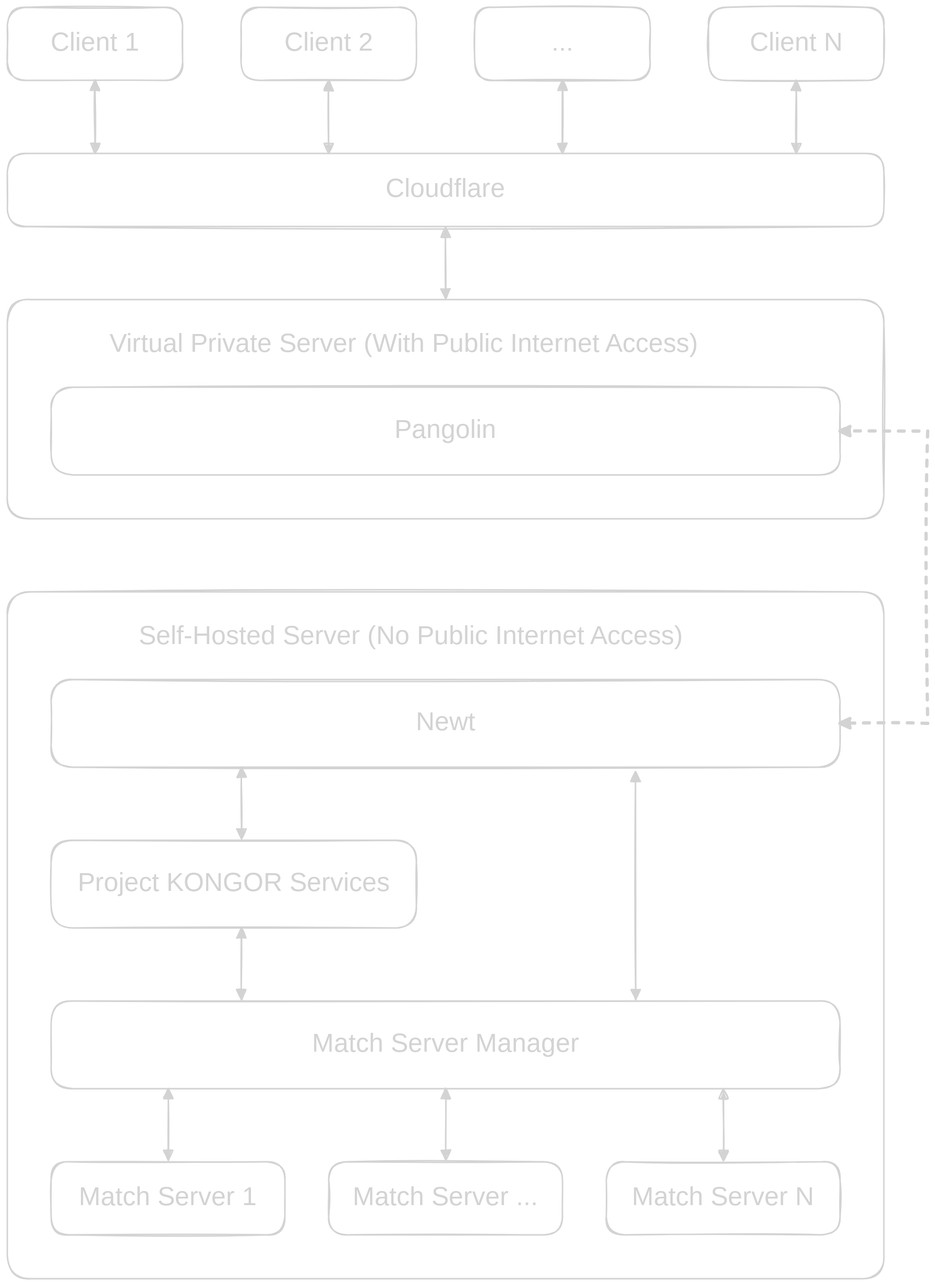
The Excalidraw diagram docs/001-infrastructure/002-self-hosting-behind-vps/003-hosting-model-diagram-dark.svg in Project-KONGOR-Open-Source/CODEX, before a commit. Source tidied: one line per element, renumbered; positions are measured from the earlier drawing's top-left corner, leaving out a move shared by most shapes. Its diagram source:
```json
{"id": 0, "type": "rectangle", "strokeColor": "#1e1e1e", "strokeWidth": 2, "roughness": 1, "round": true, "x": 0, "y": 0, "width": 240, "height": 100}
{"id": 1, "type": "text", "text": "Client 1", "strokeColor": "#1e1e1e", "strokeWidth": 2, "roughness": 1, "fontSize": 36, "fontFamily": 5, "textAlign": "center", "verticalAlign": "middle", "inside": 0, "x": 56, "y": 28, "width": 127, "height": 45}
{"id": 2, "type": "rectangle", "strokeColor": "#1e1e1e", "strokeWidth": 2, "roughness": 1, "round": true, "x": 0, "y": 200, "width": 1200, "height": 100}
{"id": 3, "type": "text", "text": "Cloudflare", "strokeColor": "#1e1e1e", "strokeWidth": 2, "roughness": 1, "fontSize": 36, "fontFamily": 5, "textAlign": "center", "verticalAlign": "middle", "inside": 2, "x": 513, "y": 228, "width": 174, "height": 45}
{"id": 4, "type": "rectangle", "strokeColor": "#1e1e1e", "strokeWidth": 2, "roughness": 1, "round": true, "x": 0, "y": 400, "width": 1200, "height": 300}
{"id": 5, "type": "rectangle", "strokeColor": "#1e1e1e", "strokeWidth": 2, "roughness": 1, "round": true, "x": 960, "y": 0, "width": 240, "height": 100}
{"id": 6, "type": "text", "text": "Client N", "strokeColor": "#1e1e1e", "strokeWidth": 2, "roughness": 1, "fontSize": 36, "fontFamily": 5, "textAlign": "center", "verticalAlign": "middle", "inside": 5, "x": 1013, "y": 28, "width": 135, "height": 45}
{"id": 7, "type": "rectangle", "strokeColor": "#1e1e1e", "strokeWidth": 2, "roughness": 1, "round": true, "x": 640, "y": 0, "width": 240, "height": 100}
{"id": 8, "type": "text", "text": "...", "strokeColor": "#1e1e1e", "strokeWidth": 2, "roughness": 1, "fontSize": 36, "fontFamily": 5, "textAlign": "center", "verticalAlign": "middle", "inside": 7, "x": 745, "y": 28, "width": 30, "height": 45}
{"id": 9, "type": "rectangle", "strokeColor": "#1e1e1e", "strokeWidth": 2, "roughness": 1, "round": true, "x": 320, "y": 0, "width": 240, "height": 100}
{"id": 10, "type": "text", "text": "Client 2", "strokeColor": "#1e1e1e", "strokeWidth": 2, "roughness": 1, "fontSize": 36, "fontFamily": 5, "textAlign": "center", "verticalAlign": "middle", "inside": 9, "x": 371, "y": 28, "width": 137, "height": 45}
{"id": 11, "type": "arrow", "strokeColor": "#1e1e1e", "strokeWidth": 2, "roughness": 1, "startArrowhead": "triangle", "endArrowhead": "triangle", "from": 0, "to": 2, "x": 120, "y": 100, "width": 0, "height": 100, "points": [[0, 0], [0, 100]]}
{"id": 12, "type": "arrow", "strokeColor": "#1e1e1e", "strokeWidth": 2, "roughness": 1, "startArrowhead": "triangle", "endArrowhead": "triangle", "from": 5, "to": 2, "x": 1080, "y": 100, "width": 0, "height": 100, "points": [[0, 0], [0, 100]]}
{"id": 13, "type": "arrow", "strokeColor": "#1e1e1e", "strokeWidth": 2, "roughness": 1, "startArrowhead": "triangle", "endArrowhead": "triangle", "from": 9, "to": 2, "x": 440, "y": 100, "width": 0, "height": 100, "points": [[0, 0], [0, 100]]}
{"id": 14, "type": "arrow", "strokeColor": "#1e1e1e", "strokeWidth": 2, "roughness": 1, "startArrowhead": "triangle", "endArrowhead": "triangle", "from": 7, "to": 2, "x": 760, "y": 100, "width": 0, "height": 100, "points": [[0, 0], [0, 100]]}
{"id": 15, "type": "rectangle", "strokeColor": "#1e1e1e", "strokeWidth": 2, "roughness": 1, "round": true, "x": 60, "y": 520, "width": 1080, "height": 120}
{"id": 16, "type": "text", "text": "Pangolin", "strokeColor": "#1e1e1e", "strokeWidth": 2, "roughness": 1, "fontSize": 36, "fontFamily": 5, "textAlign": "center", "verticalAlign": "middle", "inside": 15, "x": 530, "y": 558, "width": 141, "height": 45}
{"id": 17, "type": "arrow", "strokeColor": "#1e1e1e", "strokeWidth": 2, "roughness": 1, "startArrowhead": "triangle", "endArrowhead": "triangle", "from": 2, "to": 4, "x": 600, "y": 301, "width": 0, "height": 98, "points": [[0, 0], [0, 98]]}
{"id": 18, "type": "rectangle", "strokeColor": "#1e1e1e", "strokeWidth": 2, "roughness": 1, "round": true, "x": 0, "y": 800, "width": 1200, "height": 940}
{"id": 19, "type": "rectangle", "strokeColor": "#1e1e1e", "strokeWidth": 2, "roughness": 1, "round": true, "x": 60, "y": 920, "width": 1080, "height": 120}
{"id": 20, "type": "text", "text": "Newt", "strokeColor": "#1e1e1e", "strokeWidth": 2, "roughness": 1, "fontSize": 36, "fontFamily": 5, "textAlign": "center", "verticalAlign": "middle", "inside": 19, "x": 556, "y": 958, "width": 88, "height": 45}
{"id": 21, "type": "rectangle", "strokeColor": "#1e1e1e", "strokeWidth": 2, "roughness": 1, "round": true, "x": 60, "y": 1140, "width": 500, "height": 120}
{"id": 22, "type": "text", "text": "Project KONGOR Services", "strokeColor": "#1e1e1e", "strokeWidth": 2, "roughness": 1, "fontSize": 36, "fontFamily": 5, "textAlign": "center", "verticalAlign": "middle", "inside": 21, "x": 84, "y": 1178, "width": 453, "height": 45}
{"id": 23, "type": "text", "text": "Virtual Private Server (With Public Internet Access)", "strokeColor": "#1e1e1e", "strokeWidth": 2, "roughness": 1, "fontSize": 36, "fontFamily": 5, "x": 140, "y": 440, "width": 915, "height": 45}
{"id": 24, "type": "text", "text": "Self-Hosted Server (No Public Internet Access)", "strokeColor": "#1e1e1e", "strokeWidth": 2, "roughness": 1, "fontSize": 36, "fontFamily": 5, "x": 180, "y": 840, "width": 831, "height": 45}
{"id": 25, "type": "arrow", "strokeColor": "#1e1e1e", "strokeWidth": 4, "strokeStyle": "dashed", "roughness": 1, "startArrowhead": "triangle", "endArrowhead": "triangle", "x": 1140, "y": 580, "width": 120, "height": 400, "points": [[0, 0], [120, 0], [120, 400], [0, 400]]}
{"id": 26, "type": "arrow", "strokeColor": "#1e1e1e", "strokeWidth": 2, "roughness": 1, "startArrowhead": "triangle", "endArrowhead": "triangle", "x": 321, "y": 1040, "width": 0, "height": 98, "points": [[0, 0], [0, 98]]}
{"id": 27, "type": "rectangle", "strokeColor": "#1e1e1e", "strokeWidth": 2, "roughness": 1, "round": true, "x": 60, "y": 1360, "width": 1080, "height": 120}
{"id": 28, "type": "text", "text": "Match Server Manager", "strokeColor": "#1e1e1e", "strokeWidth": 2, "roughness": 1, "fontSize": 36, "fontFamily": 5, "textAlign": "center", "verticalAlign": "middle", "inside": 27, "x": 406, "y": 1398, "width": 387, "height": 45}
{"id": 29, "type": "arrow", "strokeColor": "#1e1e1e", "strokeWidth": 2, "roughness": 1, "startArrowhead": "triangle", "endArrowhead": "triangle", "x": 320, "y": 1260, "width": 0, "height": 98, "points": [[0, 0], [0, 98]]}
{"id": 30, "type": "arrow", "strokeColor": "#1e1e1e", "strokeWidth": 2, "roughness": 1, "startArrowhead": "triangle", "endArrowhead": "triangle", "from": 19, "x": 860, "y": 1046, "width": 0, "height": 312, "points": [[0, 0], [0, 312]]}
{"id": 31, "type": "rectangle", "strokeColor": "#1e1e1e", "strokeWidth": 2, "roughness": 1, "round": true, "x": 440, "y": 1580, "width": 320, "height": 100}
{"id": 32, "type": "text", "text": "Match Server ...", "strokeColor": "#1e1e1e", "strokeWidth": 2, "roughness": 1, "fontSize": 36, "fontFamily": 5, "textAlign": "center", "verticalAlign": "middle", "inside": 31, "x": 463, "y": 1608, "width": 275, "height": 45}
{"id": 33, "type": "rectangle", "strokeColor": "#1e1e1e", "strokeWidth": 2, "roughness": 1, "round": true, "x": 60, "y": 1580, "width": 320, "height": 100}
{"id": 34, "type": "text", "text": "Match Server 1", "strokeColor": "#1e1e1e", "strokeWidth": 2, "roughness": 1, "fontSize": 36, "fontFamily": 5, "textAlign": "center", "verticalAlign": "middle", "inside": 33, "x": 90, "y": 1608, "width": 261, "height": 45}
{"id": 35, "type": "rectangle", "strokeColor": "#1e1e1e", "strokeWidth": 2, "roughness": 1, "round": true, "x": 820, "y": 1580, "width": 320, "height": 100}
{"id": 36, "type": "text", "text": "Match Server N", "strokeColor": "#1e1e1e", "strokeWidth": 2, "roughness": 1, "fontSize": 36, "fontFamily": 5, "textAlign": "center", "verticalAlign": "middle", "inside": 35, "x": 846, "y": 1608, "width": 268, "height": 45}
{"id": 37, "type": "arrow", "strokeColor": "#1e1e1e", "strokeWidth": 2, "roughness": 1, "startArrowhead": "triangle", "endArrowhead": "triangle", "x": 220, "y": 1480, "width": 0, "height": 98, "points": [[0, 0], [0, 98]]}
{"id": 38, "type": "arrow", "strokeColor": "#1e1e1e", "strokeWidth": 2, "roughness": 1, "startArrowhead": "triangle", "endArrowhead": "triangle", "x": 600, "y": 1480, "width": 0, "height": 98, "points": [[0, 0], [0, 98]]}
{"id": 39, "type": "arrow", "strokeColor": "#1e1e1e", "strokeWidth": 2, "roughness": 1, "startArrowhead": "triangle", "endArrowhead": "triangle", "x": 980, "y": 1480, "width": 0, "height": 98, "points": [[0, 0], [0, 98]]}
```
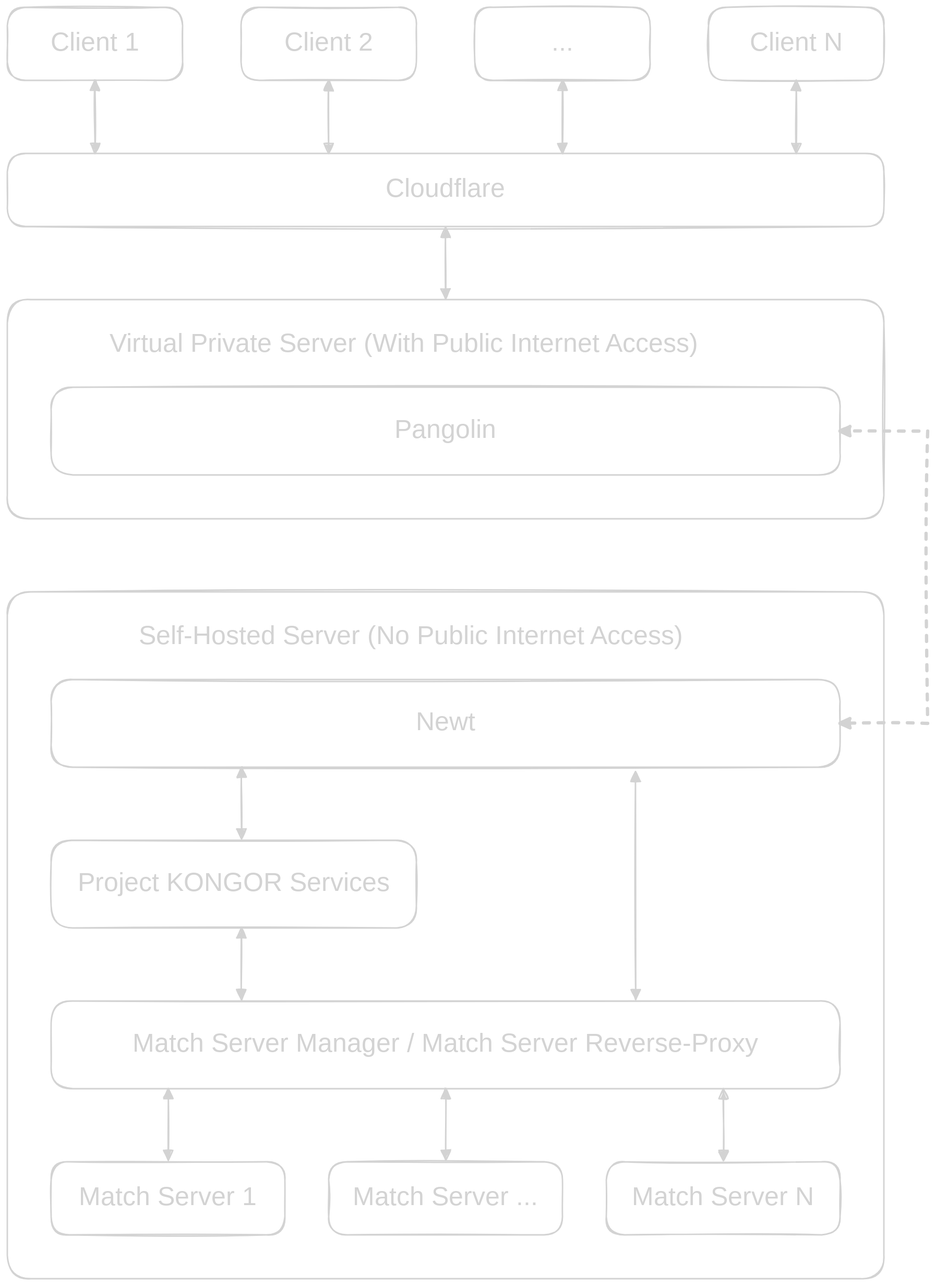
Later version of the same file.

Commit message:
Add Match Server Reverse-Proxy To Hosting Diagram

What changed in the source:
```diff
@@ -26,7 +26,7 @@
 {"id": 25, "type": "arrow", "strokeColor": "#1e1e1e", "strokeWidth": 4, "strokeStyle": "dashed", "roughness": 1, "startArrowhead": "triangle", "endArrowhead": "triangle", "x": 1140, "y": 580, "width": 120, "height": 400, "points": [[0, 0], [120, 0], [120, 400], [0, 400]]}
 {"id": 26, "type": "arrow", "strokeColor": "#1e1e1e", "strokeWidth": 2, "roughness": 1, "startArrowhead": "triangle", "endArrowhead": "triangle", "x": 321, "y": 1040, "width": 0, "height": 98, "points": [[0, 0], [0, 98]]}
 {"id": 27, "type": "rectangle", "strokeColor": "#1e1e1e", "strokeWidth": 2, "roughness": 1, "round": true, "x": 60, "y": 1360, "width": 1080, "height": 120}
-{"id": 28, "type": "text", "text": "Match Server Manager", "strokeColor": "#1e1e1e", "strokeWidth": 2, "roughness": 1, "fontSize": 36, "fontFamily": 5, "textAlign": "center", "verticalAlign": "middle", "inside": 27, "x": 406, "y": 1398, "width": 387, "height": 45}
+{"id": 28, "type": "text", "text": "Match Server Manager / Match Server Reverse-Proxy", "strokeColor": "#1e1e1e", "strokeWidth": 2, "roughness": 1, "fontSize": 36, "fontFamily": 5, "textAlign": "center", "verticalAlign": "middle", "inside": 27, "x": 132, "y": 1398, "width": 935, "height": 45}
 {"id": 29, "type": "arrow", "strokeColor": "#1e1e1e", "strokeWidth": 2, "roughness": 1, "startArrowhead": "triangle", "endArrowhead": "triangle", "x": 320, "y": 1260, "width": 0, "height": 98, "points": [[0, 0], [0, 98]]}
 {"id": 30, "type": "arrow", "strokeColor": "#1e1e1e", "strokeWidth": 2, "roughness": 1, "startArrowhead": "triangle", "endArrowhead": "triangle", "from": 19, "x": 860, "y": 1046, "width": 0, "height": 312, "points": [[0, 0], [0, 312]]}
 {"id": 31, "type": "rectangle", "strokeColor": "#1e1e1e", "strokeWidth": 2, "roughness": 1, "round": true, "x": 440, "y": 1580, "width": 320, "height": 100}
```
